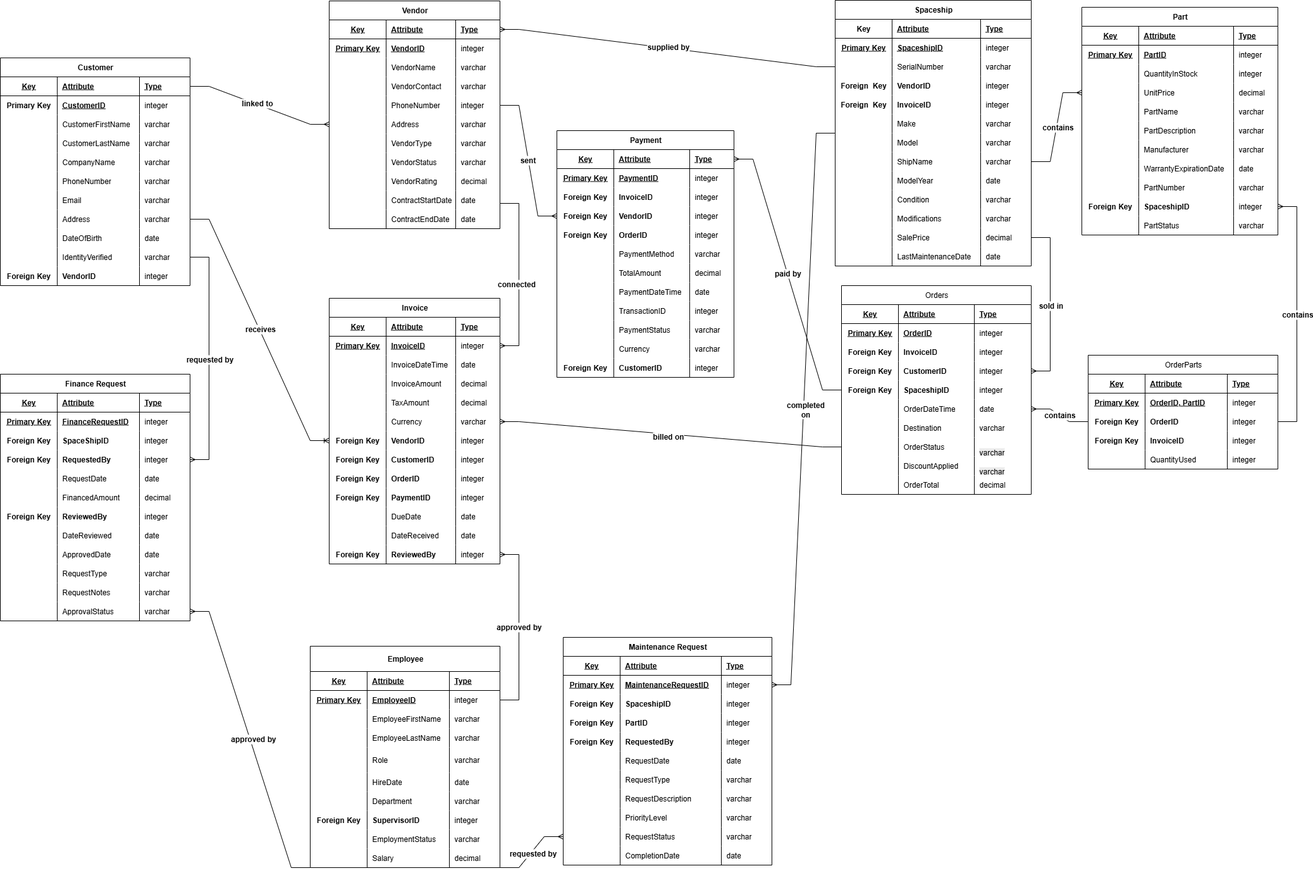
Above: Module 6/M06 Database Design ER Diagram.png in jrdostal/CSCI-210-Database-Systems (draw.io), before the change. Source tidied: cells renumbered, new cells last; positions are measured from the earlier drawing's top-left corner, leaving out a move shared by most shapes.
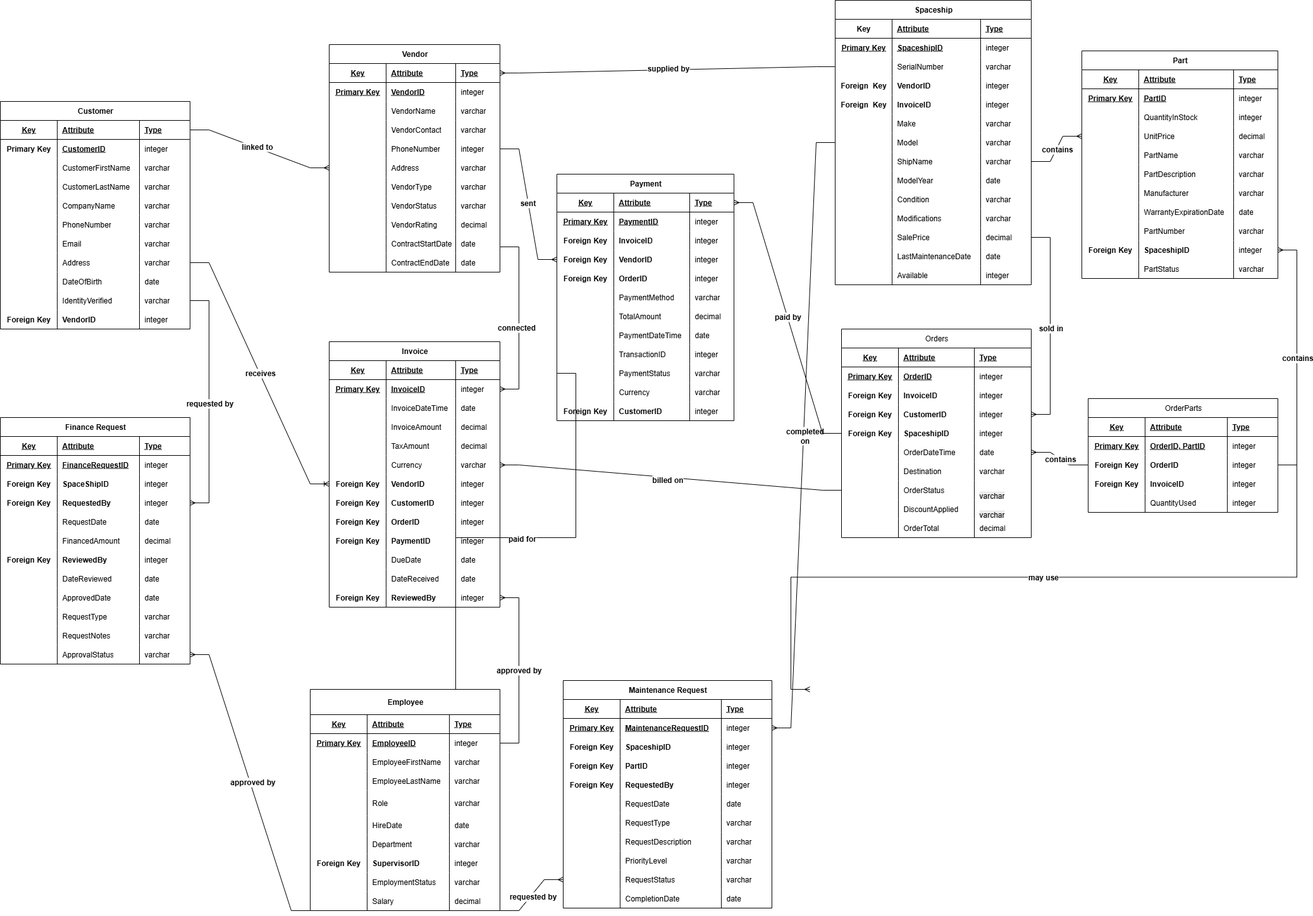
Above is the later version.

What changed in the source:
```diff
@@ -285,7 +285,7 @@
       <mxGeometry x="210" width="70" height="30" as="geometry" />
     </mxCell>
     <mxCell id="96" value="Spaceship" style="shape=table;startSize=30;rowLines=0;fontStyle=1;align=center;html=1;" parent="1" vertex="1">
-      <mxGeometry x="1320" width="310" height="420" as="geometry" />
+      <mxGeometry x="1320" y="-69" width="310" height="450" as="geometry" />
     </mxCell>
     <mxCell id="97" style="shape=tableRow;horizontal=0;startSize=0;swimlaneHead=0;swimlaneBody=0;fillColor=none;top=0;left=0;right=0;bottom=1;" parent="96" vertex="1">
       <mxGeometry y="30" width="310" height="30" as="geometry" />
@@ -443,6 +443,18 @@
     <mxCell id="148" value="date" style="shape=partialRectangle;fillColor=none;top=0;left=0;bottom=0;right=0;align=left;spacingLeft=6;overflow=hidden;whiteSpace=wrap;html=1;" parent="145" vertex="1">
       <mxGeometry x="230" width="80" height="30" as="geometry" />
     </mxCell>
+    <mxCell id="525" style="shape=tableRow;horizontal=0;startSize=0;swimlaneHead=0;swimlaneBody=0;fillColor=none;top=0;left=0;right=0;bottom=0;" parent="96" vertex="1">
+      <mxGeometry y="420" width="310" height="30" as="geometry" />
+    </mxCell>
+    <mxCell id="526" style="shape=partialRectangle;fillColor=none;top=0;left=0;bottom=0;right=0;overflow=hidden;whiteSpace=wrap;html=1;" parent="525" vertex="1">
+      <mxGeometry width="90" height="30" as="geometry" />
+    </mxCell>
+    <mxCell id="527" value="Available" style="shape=partialRectangle;fillColor=none;top=0;left=0;bottom=0;right=0;align=left;spacingLeft=6;overflow=hidden;whiteSpace=wrap;html=1;" parent="525" vertex="1">
+      <mxGeometry x="90" width="140" height="30" as="geometry" />
+    </mxCell>
+    <mxCell id="528" value="integer" style="shape=partialRectangle;fillColor=none;top=0;left=0;bottom=0;right=0;align=left;spacingLeft=6;overflow=hidden;whiteSpace=wrap;html=1;" parent="525" vertex="1">
+      <mxGeometry x="230" width="80" height="30" as="geometry" />
+    </mxCell>
     <mxCell id="149" value="Invoice" style="shape=table;startSize=30;rowLines=0;fontStyle=1;align=center;html=1;" parent="1" vertex="1">
       <mxGeometry x="520" y="471" width="270" height="420" as="geometry" />
     </mxCell>
@@ -1340,8 +1352,10 @@
     <mxCell id="442" value="paid by" style="edgeLabel;html=1;align=center;verticalAlign=middle;strokeColor=default;fontFamily=Helvetica;fontSize=12;fontColor=default;fontStyle=1;fillColor=default;" parent="441" vertex="1">
       <mxGeometry x="0.01" relative="1" as="geometry" />
     </mxCell>
-    <mxCell id="443" style="edgeStyle=entityRelationEdgeStyle;fontSize=12;html=1;endArrow=ERmany;rounded=0;fontFamily=Helvetica;fontColor=default;fontStyle=1;exitX=1;exitY=0.5;exitDx=0;exitDy=0;entryX=1;entryY=0.5;entryDx=0;entryDy=0;" parent="1" edge="1" source="509" target="x">
-      <mxGeometry relative="1" as="geometry" />
+    <mxCell id="443" style="edgeStyle=entityRelationEdgeStyle;fontSize=12;html=1;endArrow=ERmany;rounded=0;fontFamily=Helvetica;fontColor=default;fontStyle=1;exitX=1;exitY=0.5;exitDx=0;exitDy=0;entryX=1;entryY=0.5;entryDx=0;entryDy=0;" parent="1" edge="1" source="509">
+      <mxGeometry relative="1" as="geometry">
+        <mxPoint x="1280" y="1021" as="targetPoint" />
+      </mxGeometry>
     </mxCell>
     <mxCell id="444" value="may use" style="edgeLabel;html=1;align=center;verticalAlign=middle;strokeColor=default;fontFamily=Helvetica;fontSize=12;fontColor=default;fontStyle=1;fillColor=default;" parent="443" vertex="1">
       <mxGeometry relative="1" as="geometry" />
@@ -1352,8 +1366,10 @@
     <mxCell id="446" value="sent" style="edgeLabel;html=1;align=center;verticalAlign=middle;strokeColor=default;fontFamily=Helvetica;fontSize=12;fontColor=default;fontStyle=1;fillColor=default;" parent="445" vertex="1">
       <mxGeometry x="-0.01" y="-1" relative="1" as="geometry" />
     </mxCell>
-    <mxCell id="447" style="edgeStyle=entityRelationEdgeStyle;fontSize=12;html=1;endArrow=ERmany;rounded=0;fontFamily=Helvetica;fontColor=default;fontStyle=1;entryX=1;entryY=0.5;entryDx=0;entryDy=0;exitX=0;exitY=0.5;exitDx=0;exitDy=0;" parent="1" edge="1" source="84" target="x">
-      <mxGeometry relative="1" as="geometry" />
+    <mxCell id="447" style="edgeStyle=entityRelationEdgeStyle;fontSize=12;html=1;endArrow=ERmany;rounded=0;fontFamily=Helvetica;fontColor=default;fontStyle=1;entryX=1;entryY=0.5;entryDx=0;entryDy=0;exitX=0;exitY=0.5;exitDx=0;exitDy=0;" parent="1" edge="1" source="84">
+      <mxGeometry relative="1" as="geometry">
+        <mxPoint x="750" y="1041" as="targetPoint" />
+      </mxGeometry>
     </mxCell>
     <mxCell id="448" value="paid for" style="edgeLabel;html=1;align=center;verticalAlign=middle;strokeColor=default;fontFamily=Helvetica;fontSize=12;fontColor=default;fontStyle=1;fillColor=default;" parent="447" vertex="1">
       <mxGeometry x="-0.02" y="1" relative="1" as="geometry" />
```
